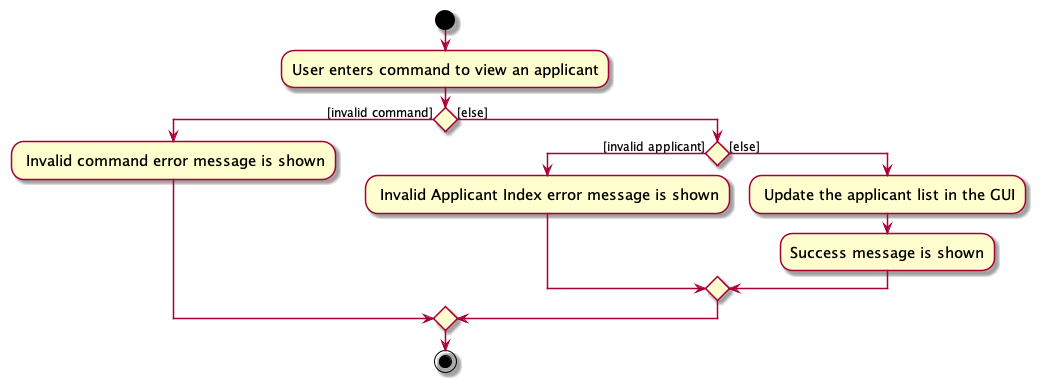
Earlier version of the PlantUML export docs/images/ViewApplicantActivityDiagram.png (nus-cs2103-AY2324S1/tp). Its diagram source:
```plantuml
@startuml
skin rose
skinparam ActivityFontSize 15
skinparam ArrowFontSize 12
start
:User enters command to view an applicant;

if () then ([invalid command])
    : Invalid command error message is shown;
else ([else])
    if () then ([invalid applicant])
        : Invalid Applicant Index error message is shown;
    else ([else])
        : Update the applicant list in the GUI;
        :Success message is shown;
    endif
endif
stop
@enduml
```
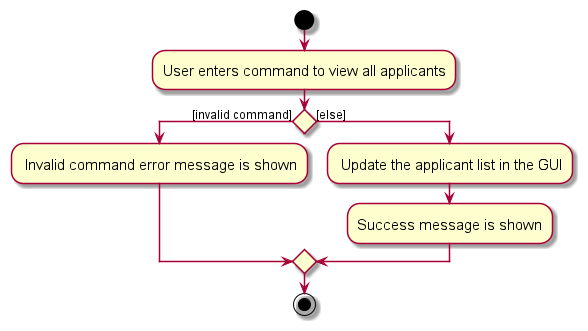
After the change.

Diff of the diagram source:
```diff
@@ -3,17 +3,13 @@
 skinparam ActivityFontSize 15
 skinparam ArrowFontSize 12
 start
-:User enters command to view an applicant;
+:User enters command to view all applicants;
 
 if () then ([invalid command])
     : Invalid command error message is shown;
 else ([else])
-    if () then ([invalid applicant])
-        : Invalid Applicant Index error message is shown;
-    else ([else])
         : Update the applicant list in the GUI;
         :Success message is shown;
-    endif
 endif
 stop
 @enduml
```
